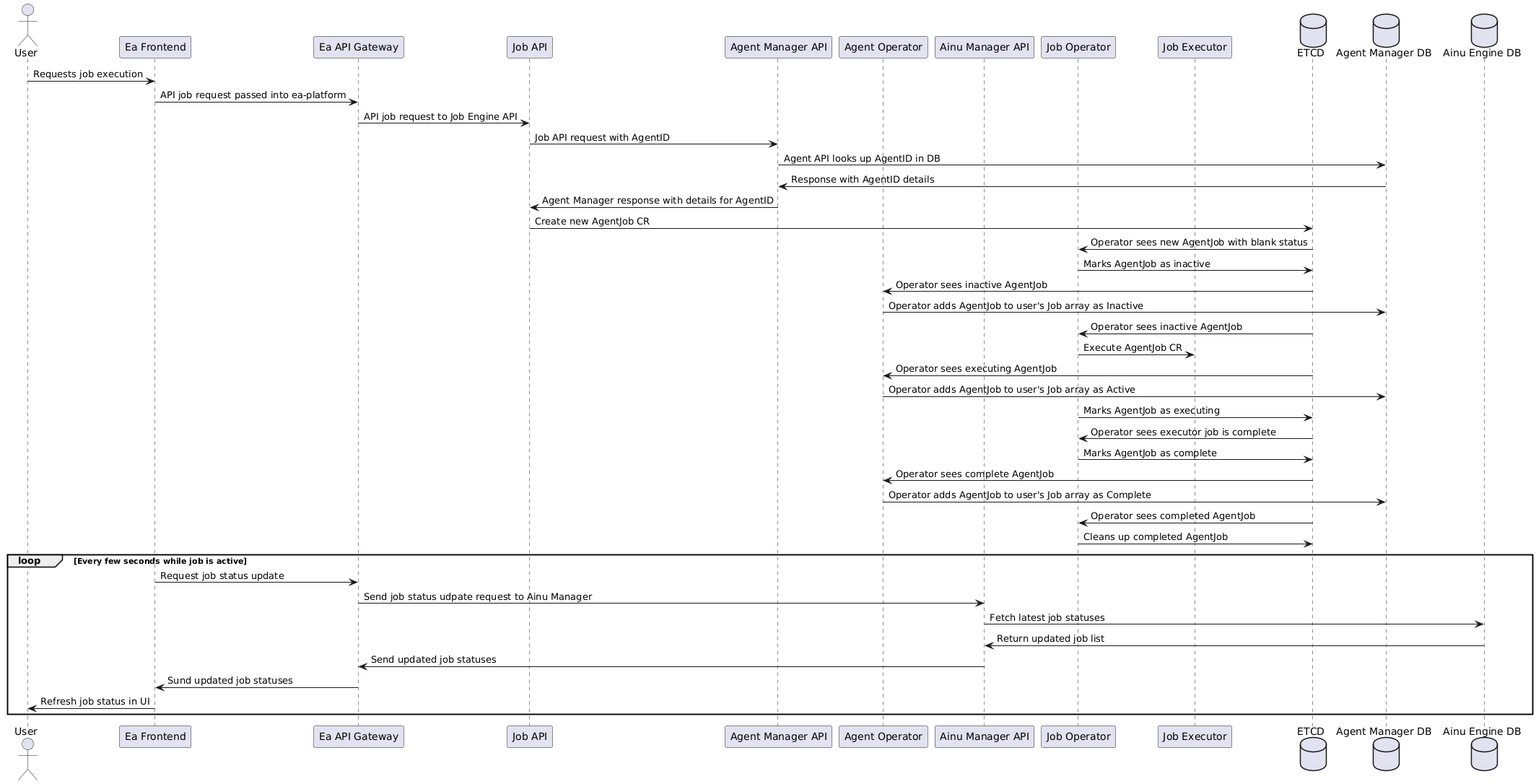
Above: docs/diagrams/job_request_response.png in im-knots/ea-monorepo (PlantUML), before the change.
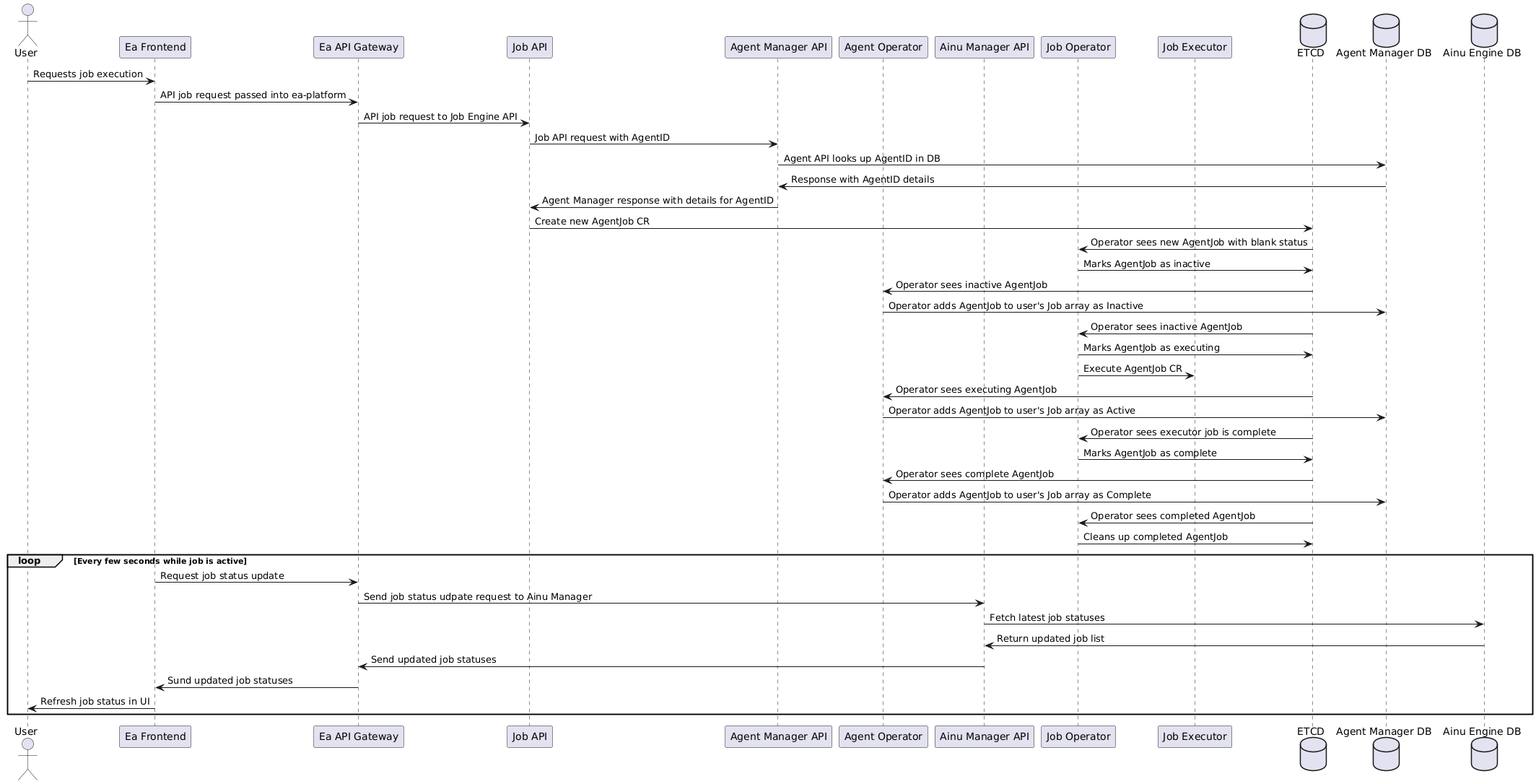
After the commit.

Commit message:
issue #12: fix job request/response diagram

Diff of the diagram source:
```diff
@@ -26,10 +26,10 @@
 ETCD -> AGENT_OPERATOR: Operator sees inactive AgentJob
 AGENT_OPERATOR -> AGENT_DB: Operator adds AgentJob to user's Job array as Inactive
 ETCD -> JOB_OPERATOR: Operator sees inactive AgentJob
+JOB_OPERATOR -> ETCD: Marks AgentJob as executing
 JOB_OPERATOR -> JOB_EXECUTOR : Execute AgentJob CR
 ETCD -> AGENT_OPERATOR: Operator sees executing AgentJob
 AGENT_OPERATOR -> AGENT_DB: Operator adds AgentJob to user's Job array as Active
-JOB_OPERATOR -> ETCD: Marks AgentJob as executing
 ETCD -> JOB_OPERATOR: Operator sees executor job is complete
 JOB_OPERATOR -> ETCD: Marks AgentJob as complete
 ETCD -> AGENT_OPERATOR: Operator sees complete AgentJob
```
